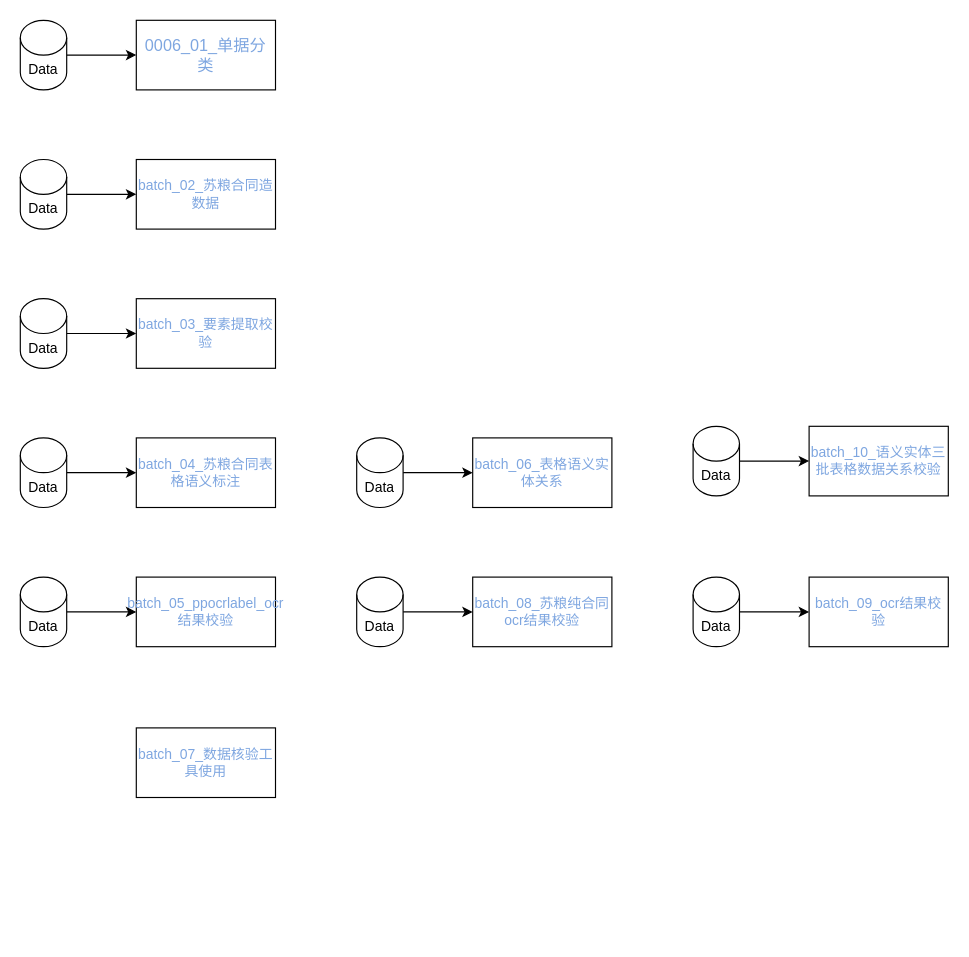
Saiable/drawio keeps this draw.io diagram as page "第 1 页" (2 of 2) of TagTaskRelationship.drawio. Above is the earlier version. Source tidied: cells renumbered, new cells numbered last; positions are measured from the earlier drawing's top-left corner, leaving out a move shared by most shapes. Both pictures are drawn from the tidied source at 116%, with x=0, y=0 at pixel (20, 20).
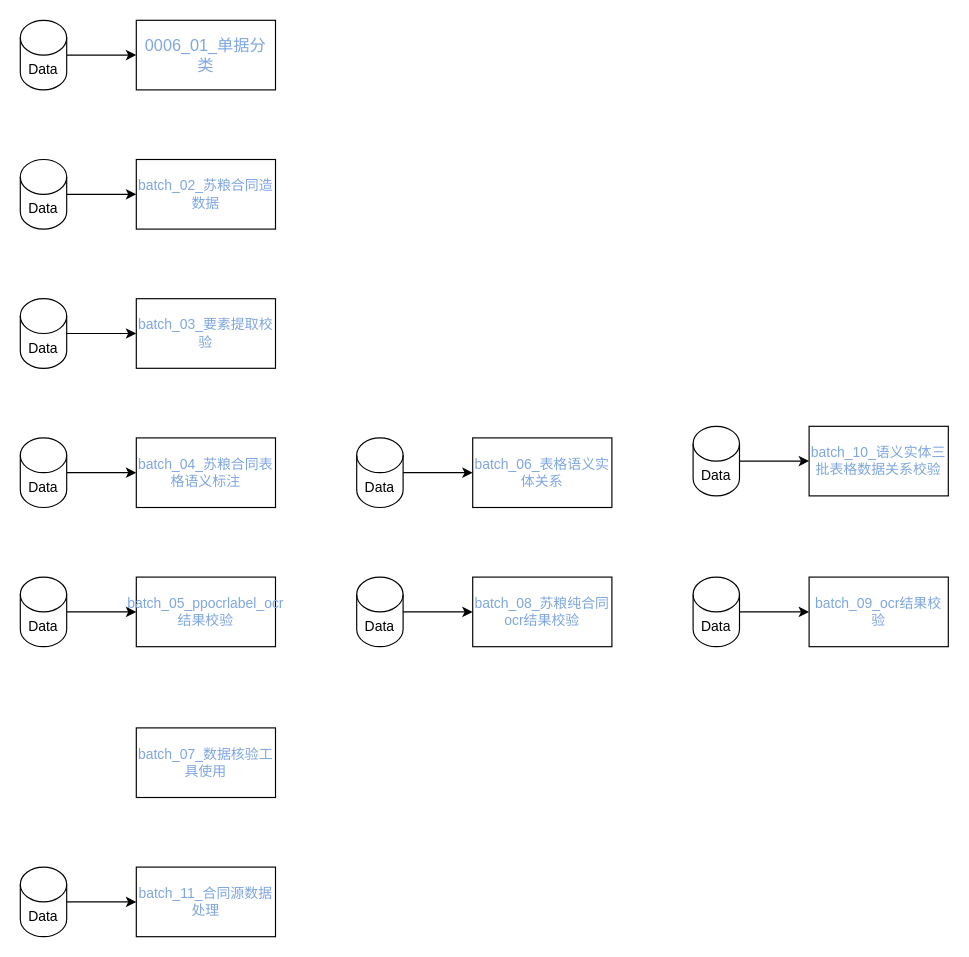
After the change.

Diff of the diagram source:
```diff
@@
+    <mxCell id="30" value="batch_11_合同源数据处理" style="rounded=0;whiteSpace=wrap;html=1;fontColor=#7EA6E0;" parent="1" vertex="1">
+      <mxGeometry x="100" y="730" width="120" height="60" as="geometry" />
+    </mxCell>
+    <mxCell id="31" style="edgeStyle=orthogonalEdgeStyle;rounded=0;jettySize=auto;html=1;entryX=0;entryY=0.5;entryDx=0;entryDy=0;" parent="1" edge="1" source="32">
+      <mxGeometry relative="1" as="geometry">
+        <mxPoint x="100" y="760" as="targetPoint" />
+      </mxGeometry>
+    </mxCell>
+    <mxCell id="32" value="Data" style="shape=cylinder3;whiteSpace=wrap;html=1;boundedLbl=1;backgroundOutline=1;size=15;" parent="1" vertex="1">
+      <mxGeometry y="730" width="40" height="60" as="geometry" />
+    </mxCell>
```
